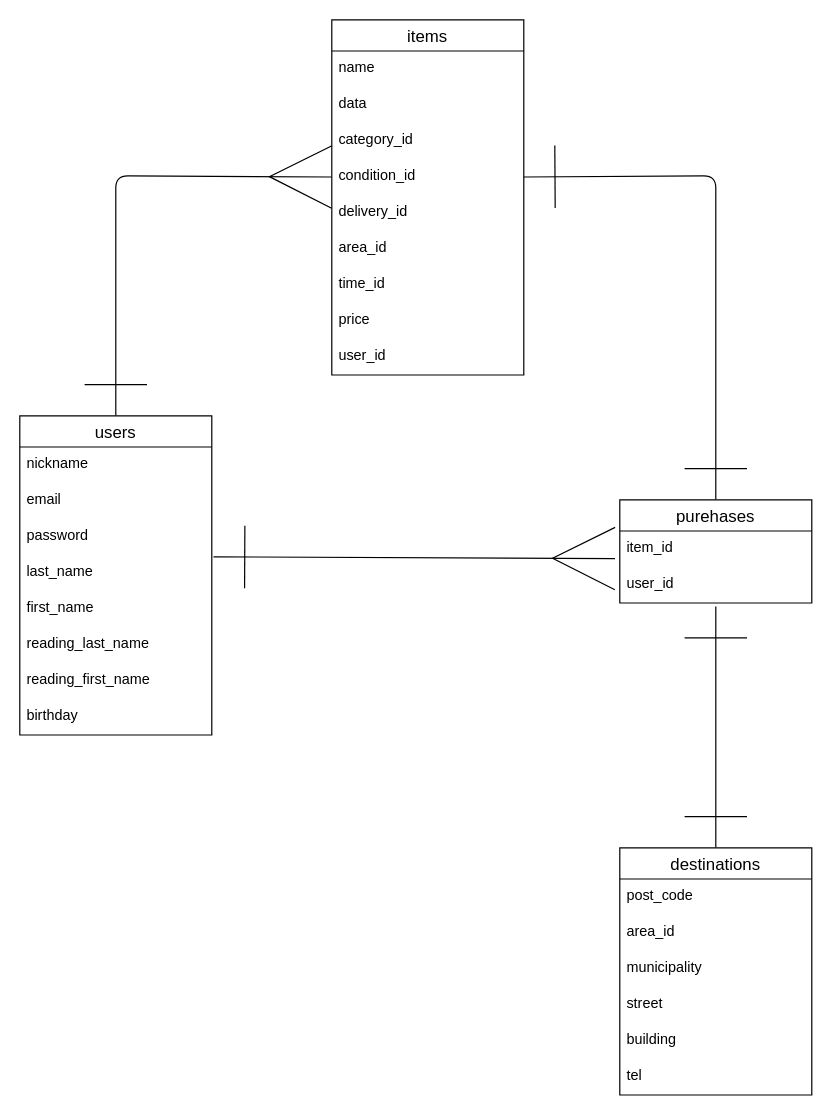
Earlier version of the draw.io diagram furima-40398.dio (morikentarou/furima-40398). Source tidied: cells renumbered, new cells numbered last; positions are measured from the earlier drawing's top-left corner, leaving out a move shared by most shapes. Both pictures are drawn from the tidied source at 120%, with x=0, y=0 at pixel (19, 19).
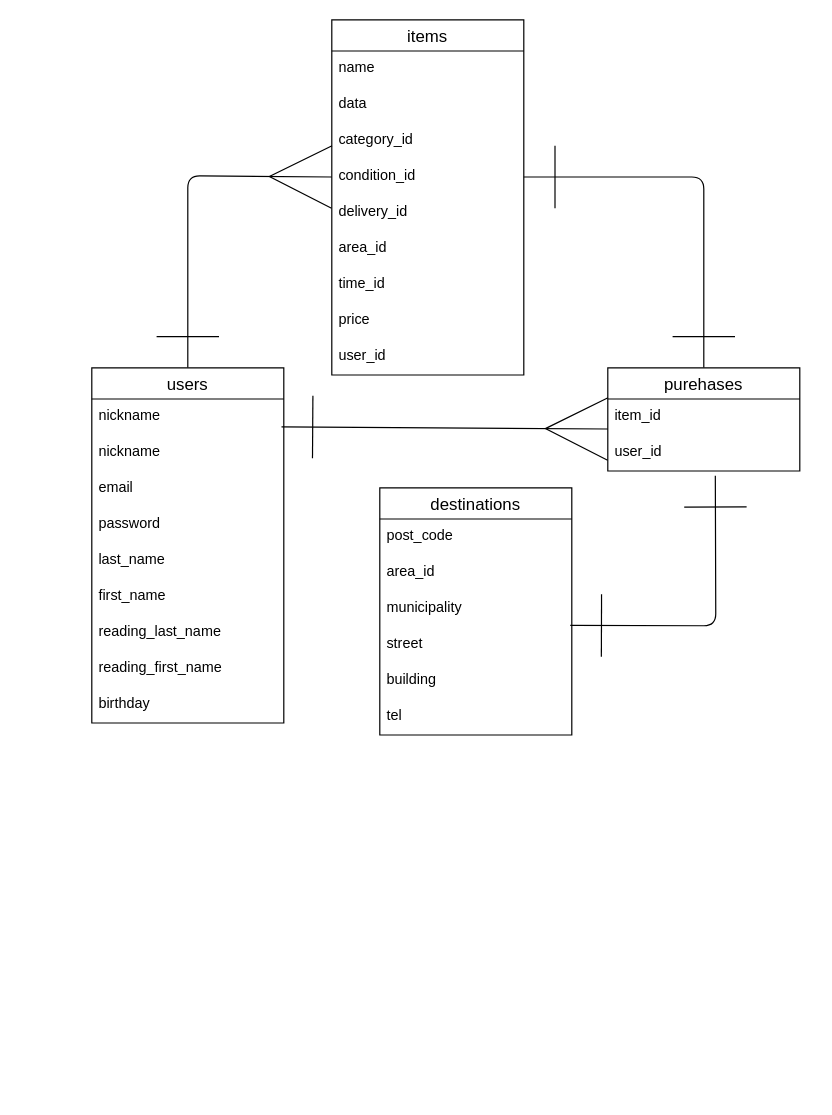
The same page after the edit.

Unchanged cells that the change refers to:
```xml
<mxCell id="17" value="condition_id" style="text;strokeColor=none;fillColor=none;spacingLeft=4;spacingRight=4;overflow=hidden;points=[[0,0.5],[1,0.5]];portConstraint=eastwest;fontSize=12;" parent="13" vertex="1">
  <mxGeometry y="116" width="160" height="30" as="geometry" />
</mxCell>
<mxCell id="26" value="user_id" style="text;strokeColor=none;fillColor=none;spacingLeft=4;spacingRight=4;overflow=hidden;points=[[0,0.5],[1,0.5]];portConstraint=eastwest;fontSize=12;" parent="24" vertex="1">
  <mxGeometry y="56" width="160" height="30" as="geometry" />
</mxCell>
<mxCell id="32" value="municipality" style="text;strokeColor=none;fillColor=none;spacingLeft=4;spacingRight=4;overflow=hidden;points=[[0,0.5],[1,0.5]];portConstraint=eastwest;fontSize=12;" parent="29" vertex="1">
  <mxGeometry y="86" width="160" height="30" as="geometry" />
</mxCell>
```

Diff of the diagram source:
```diff
@@
     <mxCell id="3" style="edgeStyle=none;jumpSize=31;html=1;exitX=0.5;exitY=0;exitDx=0;exitDy=0;entryX=0;entryY=0.5;entryDx=0;entryDy=0;strokeWidth=1;startArrow=ERone;startFill=0;endArrow=ERmany;endFill=0;endSize=50;startSize=50;targetPerimeterSpacing=0;" parent="1" edge="1" source="4" target="17">
       <mxGeometry relative="1" as="geometry">
         <Array as="points">
-          <mxPoint x="80" y="130" />
+          <mxPoint x="140" y="130" />
         </Array>
       </mxGeometry>
     </mxCell>
     <mxCell id="4" value="users" style="swimlane;fontStyle=0;horizontal=1;startSize=26;align=center;fontSize=14;" parent="1" vertex="1">
-      <mxGeometry y="330" width="160" height="266" as="geometry" />
+      <mxGeometry x="60" y="290" width="160" height="296" as="geometry" />
     </mxCell>
@@
+    <mxCell id="36" value="nickname" style="text;strokeColor=none;fillColor=none;spacingLeft=4;spacingRight=4;overflow=hidden;points=[[0,0.5],[1,0.5]];portConstraint=eastwest;fontSize=12;" parent="4" vertex="1">
+      <mxGeometry y="56" width="160" height="30" as="geometry" />
+    </mxCell>
     <mxCell id="6" value="email" style="text;strokeColor=none;fillColor=none;spacingLeft=4;spacingRight=4;overflow=hidden;fontSize=12;" parent="4" vertex="1">
-      <mxGeometry y="56" width="160" height="30" as="geometry" />
+      <mxGeometry y="86" width="160" height="30" as="geometry" />
     </mxCell>
     <mxCell id="7" value="password" style="text;strokeColor=none;fillColor=none;spacingLeft=4;spacingRight=4;overflow=hidden;fontSize=12;" parent="4" vertex="1">
-      <mxGeometry y="86" width="160" height="30" as="geometry" />
+      <mxGeometry y="116" width="160" height="30" as="geometry" />
     </mxCell>
     <mxCell id="8" value="last_name" style="text;strokeColor=none;fillColor=none;spacingLeft=4;spacingRight=4;overflow=hidden;points=[[0,0.5],[1,0.5]];portConstraint=eastwest;fontSize=12;" parent="4" vertex="1">
-      <mxGeometry y="116" width="160" height="30" as="geometry" />
+      <mxGeometry y="146" width="160" height="30" as="geometry" />
     </mxCell>
     <mxCell id="9" value="first_name" style="text;strokeColor=none;fillColor=none;spacingLeft=4;spacingRight=4;overflow=hidden;fontSize=12;" parent="4" vertex="1">
-      <mxGeometry y="146" width="160" height="30" as="geometry" />
+      <mxGeometry y="176" width="160" height="30" as="geometry" />
     </mxCell>
     <mxCell id="10" value="reading_last_name" style="text;strokeColor=none;fillColor=none;spacingLeft=4;spacingRight=4;overflow=hidden;fontSize=12;" parent="4" vertex="1">
-      <mxGeometry y="176" width="160" height="30" as="geometry" />
+      <mxGeometry y="206" width="160" height="30" as="geometry" />
     </mxCell>
     <mxCell id="11" value="reading_first_name" style="text;strokeColor=none;fillColor=none;spacingLeft=4;spacingRight=4;overflow=hidden;fontSize=12;" parent="4" vertex="1">
-      <mxGeometry y="206" width="160" height="30" as="geometry" />
+      <mxGeometry y="236" width="160" height="30" as="geometry" />
     </mxCell>
     <mxCell id="12" value="birthday" style="text;strokeColor=none;fillColor=none;spacingLeft=4;spacingRight=4;overflow=hidden;fontSize=12;" parent="4" vertex="1">
-      <mxGeometry y="236" width="160" height="30" as="geometry" />
+      <mxGeometry y="266" width="160" height="30" as="geometry" />
     </mxCell>
@@
     <mxCell id="23" style="edgeStyle=none;jumpSize=31;html=1;strokeWidth=1;startArrow=ERone;startFill=0;endArrow=ERone;endFill=0;startSize=50;endSize=50;targetPerimeterSpacing=0;entryX=1;entryY=0.5;entryDx=0;entryDy=0;exitX=0.5;exitY=0;exitDx=0;exitDy=0;" parent="1" edge="1" source="24" target="17">
       <mxGeometry relative="1" as="geometry">
         <Array as="points">
-          <mxPoint x="580" y="130" />
+          <mxPoint x="570" y="131" />
         </Array>
       </mxGeometry>
     </mxCell>
     <mxCell id="24" value="purehases" style="swimlane;fontStyle=0;horizontal=1;startSize=26;align=center;fontSize=14;" parent="1" vertex="1">
-      <mxGeometry x="500" y="400" width="160" height="86" as="geometry" />
+      <mxGeometry x="490" y="290" width="160" height="86" as="geometry" />
     </mxCell>
@@
-    <mxCell id="27" style="edgeStyle=none;jumpSize=31;html=1;entryX=-0.025;entryY=0.767;entryDx=0;entryDy=0;strokeWidth=1;startArrow=ERone;startFill=0;endArrow=ERmany;endFill=0;startSize=50;endSize=50;targetPerimeterSpacing=0;entryPerimeter=0;exitX=1.009;exitY=0.05;exitDx=0;exitDy=0;exitPerimeter=0;" parent="1" edge="1" source="8">
+    <mxCell id="27" style="edgeStyle=none;jumpSize=31;html=1;strokeWidth=1;startArrow=ERone;startFill=0;endArrow=ERmany;endFill=0;startSize=50;endSize=50;targetPerimeterSpacing=0;exitX=0.988;exitY=-0.226;exitDx=0;exitDy=0;exitPerimeter=0;" parent="1" edge="1" source="36">
       <mxGeometry relative="1" as="geometry">
-        <mxPoint x="496" y="449" as="targetPoint" />
+        <mxPoint x="490" y="341" as="targetPoint" />
       </mxGeometry>
     </mxCell>
-    <mxCell id="28" style="edgeStyle=none;jumpSize=31;html=1;exitX=0.5;exitY=0;exitDx=0;exitDy=0;entryX=0.5;entryY=1.1;entryDx=0;entryDy=0;entryPerimeter=0;strokeWidth=1;startArrow=ERone;startFill=0;endArrow=ERone;endFill=0;startSize=50;endSize=50;targetPerimeterSpacing=0;" parent="1" edge="1" source="29" target="26">
-      <mxGeometry relative="1" as="geometry" />
+    <mxCell id="28" style="edgeStyle=none;jumpSize=31;html=1;exitX=0.992;exitY=0.954;exitDx=0;exitDy=0;strokeWidth=1;startArrow=ERone;startFill=0;endArrow=ERone;endFill=0;startSize=50;endSize=50;targetPerimeterSpacing=0;entryX=0.56;entryY=1.133;entryDx=0;entryDy=0;entryPerimeter=0;exitPerimeter=0;" parent="1" edge="1" source="32" target="26">
+      <mxGeometry relative="1" as="geometry">
+        <Array as="points">
+          <mxPoint x="580" y="505" />
+        </Array>
+      </mxGeometry>
     </mxCell>
     <mxCell id="29" value="destinations" style="swimlane;fontStyle=0;horizontal=1;startSize=26;align=center;fontSize=14;" parent="1" vertex="1">
-      <mxGeometry x="500" y="690" width="160" height="206" as="geometry" />
+      <mxGeometry x="300" y="390" width="160" height="206" as="geometry" />
     </mxCell>
```
